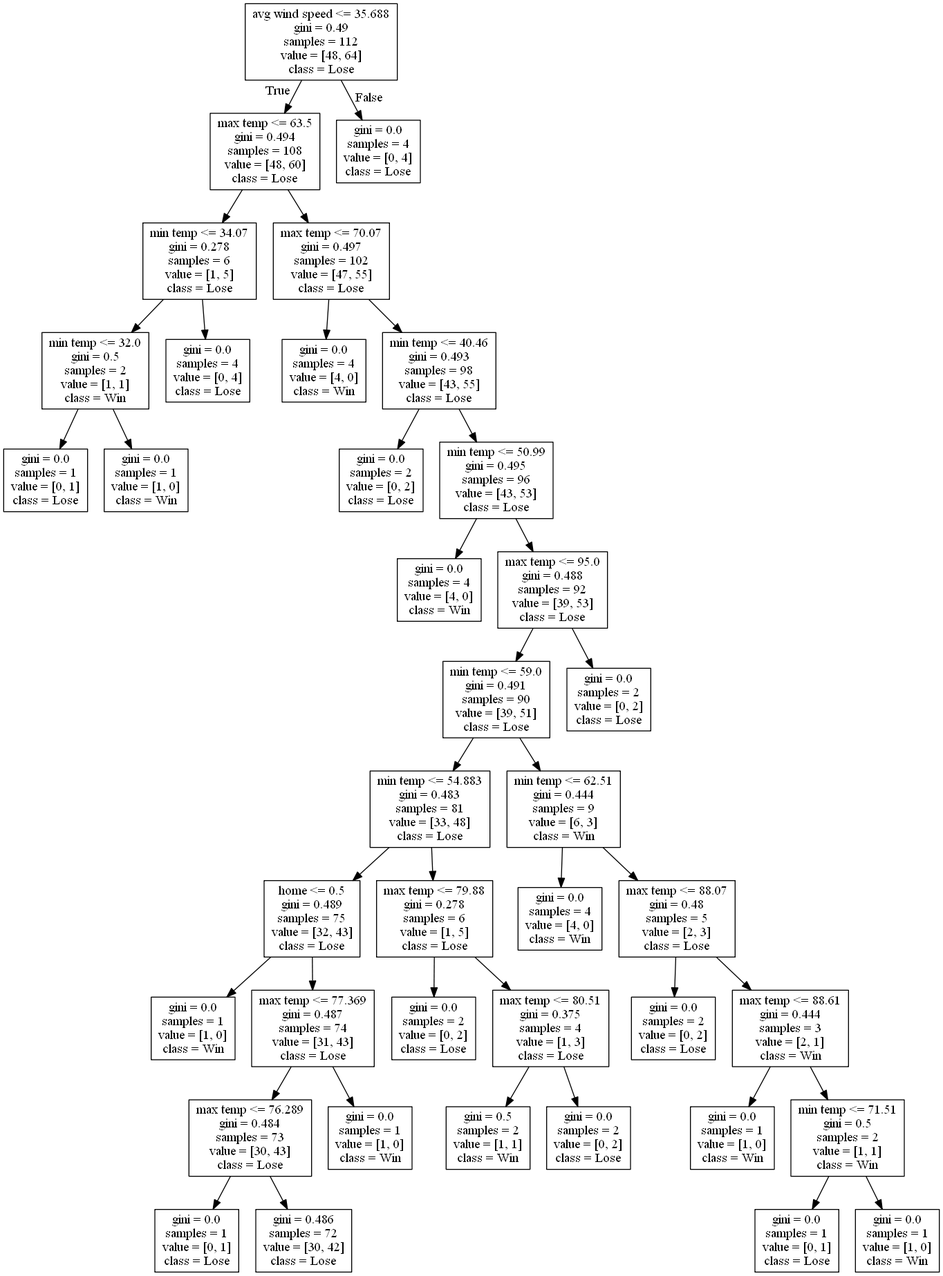
Above: DecisionTrees/decision_tree_no_score_or_attendance_test_6012.png in alexana-steck/CSE482Project (Graphviz), before the change. Its source is kept beside it as DecisionTrees/decision_tree_no_score_or_attendance_test_6012.dot. Source of this version:
```dot
digraph Tree {
node [shape=box] ;
0 [label="avg wind speed <= 35.688\ngini = 0.49\nsamples = 112\nvalue = [48, 64]\nclass = Lose"] ;
1 [label="max temp <= 63.5\ngini = 0.494\nsamples = 108\nvalue = [48, 60]\nclass = Lose"] ;
0 -> 1 [labeldistance=2.5, labelangle=45, headlabel="True"] ;
2 [label="min temp <= 34.07\ngini = 0.278\nsamples = 6\nvalue = [1, 5]\nclass = Lose"] ;
1 -> 2 ;
3 [label="min temp <= 32.0\ngini = 0.5\nsamples = 2\nvalue = [1, 1]\nclass = Win"] ;
2 -> 3 ;
4 [label="gini = 0.0\nsamples = 1\nvalue = [0, 1]\nclass = Lose"] ;
3 -> 4 ;
5 [label="gini = 0.0\nsamples = 1\nvalue = [1, 0]\nclass = Win"] ;
3 -> 5 ;
6 [label="gini = 0.0\nsamples = 4\nvalue = [0, 4]\nclass = Lose"] ;
2 -> 6 ;
7 [label="max temp <= 70.07\ngini = 0.497\nsamples = 102\nvalue = [47, 55]\nclass = Lose"] ;
1 -> 7 ;
8 [label="gini = 0.0\nsamples = 4\nvalue = [4, 0]\nclass = Win"] ;
7 -> 8 ;
9 [label="min temp <= 40.46\ngini = 0.493\nsamples = 98\nvalue = [43, 55]\nclass = Lose"] ;
7 -> 9 ;
10 [label="gini = 0.0\nsamples = 2\nvalue = [0, 2]\nclass = Lose"] ;
9 -> 10 ;
11 [label="min temp <= 50.99\ngini = 0.495\nsamples = 96\nvalue = [43, 53]\nclass = Lose"] ;
9 -> 11 ;
12 [label="gini = 0.0\nsamples = 4\nvalue = [4, 0]\nclass = Win"] ;
11 -> 12 ;
13 [label="max temp <= 95.0\ngini = 0.488\nsamples = 92\nvalue = [39, 53]\nclass = Lose"] ;
11 -> 13 ;
14 [label="min temp <= 59.0\ngini = 0.491\nsamples = 90\nvalue = [39, 51]\nclass = Lose"] ;
13 -> 14 ;
15 [label="min temp <= 54.883\ngini = 0.483\nsamples = 81\nvalue = [33, 48]\nclass = Lose"] ;
14 -> 15 ;
16 [label="home <= 0.5\ngini = 0.489\nsamples = 75\nvalue = [32, 43]\nclass = Lose"] ;
15 -> 16 ;
17 [label="gini = 0.0\nsamples = 1\nvalue = [1, 0]\nclass = Win"] ;
16 -> 17 ;
18 [label="max temp <= 77.369\ngini = 0.487\nsamples = 74\nvalue = [31, 43]\nclass = Lose"] ;
16 -> 18 ;
19 [label="max temp <= 76.289\ngini = 0.484\nsamples = 73\nvalue = [30, 43]\nclass = Lose"] ;
18 -> 19 ;
20 [label="gini = 0.0\nsamples = 1\nvalue = [0, 1]\nclass = Lose"] ;
19 -> 20 ;
21 [label="gini = 0.486\nsamples = 72\nvalue = [30, 42]\nclass = Lose"] ;
19 -> 21 ;
22 [label="gini = 0.0\nsamples = 1\nvalue = [1, 0]\nclass = Win"] ;
18 -> 22 ;
23 [label="max temp <= 79.88\ngini = 0.278\nsamples = 6\nvalue = [1, 5]\nclass = Lose"] ;
15 -> 23 ;
24 [label="gini = 0.0\nsamples = 2\nvalue = [0, 2]\nclass = Lose"] ;
23 -> 24 ;
25 [label="max temp <= 80.51\ngini = 0.375\nsamples = 4\nvalue = [1, 3]\nclass = Lose"] ;
23 -> 25 ;
26 [label="gini = 0.5\nsamples = 2\nvalue = [1, 1]\nclass = Win"] ;
25 -> 26 ;
27 [label="gini = 0.0\nsamples = 2\nvalue = [0, 2]\nclass = Lose"] ;
25 -> 27 ;
28 [label="min temp <= 62.51\ngini = 0.444\nsamples = 9\nvalue = [6, 3]\nclass = Win"] ;
14 -> 28 ;
29 [label="gini = 0.0\nsamples = 4\nvalue = [4, 0]\nclass = Win"] ;
28 -> 29 ;
30 [label="max temp <= 88.07\ngini = 0.48\nsamples = 5\nvalue = [2, 3]\nclass = Lose"] ;
28 -> 30 ;
31 [label="gini = 0.0\nsamples = 2\nvalue = [0, 2]\nclass = Lose"] ;
30 -> 31 ;
32 [label="max temp <= 88.61\ngini = 0.444\nsamples = 3\nvalue = [2, 1]\nclass = Win"] ;
30 -> 32 ;
33 [label="gini = 0.0\nsamples = 1\nvalue = [1, 0]\nclass = Win"] ;
32 -> 33 ;
34 [label="min temp <= 71.51\ngini = 0.5\nsamples = 2\nvalue = [1, 1]\nclass = Win"] ;
32 -> 34 ;
35 [label="gini = 0.0\nsamples = 1\nvalue = [0, 1]\nclass = Lose"] ;
34 -> 35 ;
36 [label="gini = 0.0\nsamples = 1\nvalue = [1, 0]\nclass = Win"] ;
34 -> 36 ;
37 [label="gini = 0.0\nsamples = 2\nvalue = [0, 2]\nclass = Lose"] ;
13 -> 37 ;
38 [label="gini = 0.0\nsamples = 4\nvalue = [0, 4]\nclass = Lose"] ;
0 -> 38 [labeldistance=2.5, labelangle=-45, headlabel="False"] ;
}
```
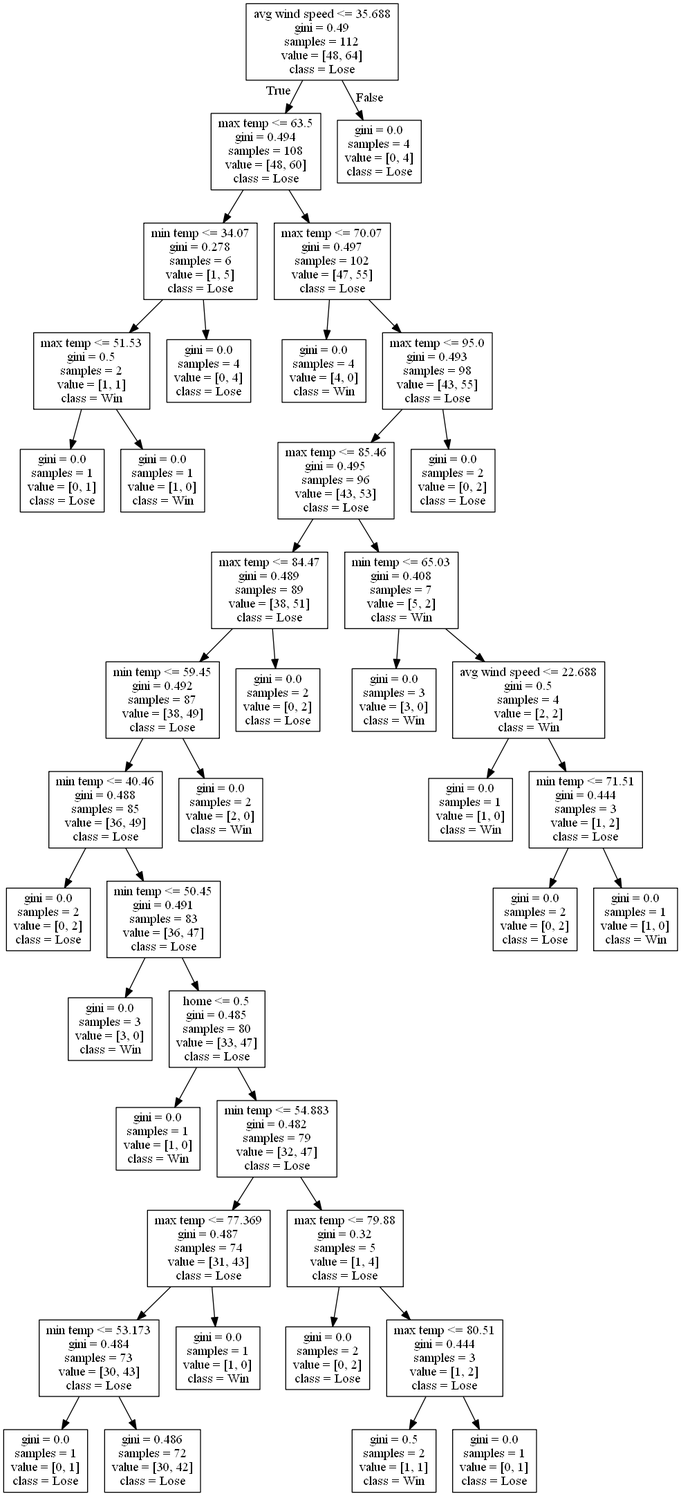
After the commit.

What changed in the source:
```diff
@@ -5,7 +5,7 @@
 0 -> 1 [labeldistance=2.5, labelangle=45, headlabel="True"] ;
 2 [label="min temp <= 34.07\ngini = 0.278\nsamples = 6\nvalue = [1, 5]\nclass = Lose"] ;
 1 -> 2 ;
-3 [label="min temp <= 32.0\ngini = 0.5\nsamples = 2\nvalue = [1, 1]\nclass = Win"] ;
+3 [label="max temp <= 51.53\ngini = 0.5\nsamples = 2\nvalue = [1, 1]\nclass = Win"] ;
 2 -> 3 ;
 4 [label="gini = 0.0\nsamples = 1\nvalue = [0, 1]\nclass = Lose"] ;
 3 -> 4 ;
@@ -17,64 +17,68 @@
 1 -> 7 ;
 8 [label="gini = 0.0\nsamples = 4\nvalue = [4, 0]\nclass = Win"] ;
 7 -> 8 ;
-9 [label="min temp <= 40.46\ngini = 0.493\nsamples = 98\nvalue = [43, 55]\nclass = Lose"] ;
+9 [label="max temp <= 95.0\ngini = 0.493\nsamples = 98\nvalue = [43, 55]\nclass = Lose"] ;
 7 -> 9 ;
-10 [label="gini = 0.0\nsamples = 2\nvalue = [0, 2]\nclass = Lose"] ;
+10 [label="max temp <= 85.46\ngini = 0.495\nsamples = 96\nvalue = [43, 53]\nclass = Lose"] ;
 9 -> 10 ;
-11 [label="min temp <= 50.99\ngini = 0.495\nsamples = 96\nvalue = [43, 53]\nclass = Lose"] ;
-9 -> 11 ;
-12 [label="gini = 0.0\nsamples = 4\nvalue = [4, 0]\nclass = Win"] ;
+11 [label="max temp <= 84.47\ngini = 0.489\nsamples = 89\nvalue = [38, 51]\nclass = Lose"] ;
+10 -> 11 ;
+12 [label="min temp <= 59.45\ngini = 0.492\nsamples = 87\nvalue = [38, 49]\nclass = Lose"] ;
 11 -> 12 ;
-13 [label="max temp <= 95.0\ngini = 0.488\nsamples = 92\nvalue = [39, 53]\nclass = Lose"] ;
-11 -> 13 ;
-14 [label="min temp <= 59.0\ngini = 0.491\nsamples = 90\nvalue = [39, 51]\nclass = Lose"] ;
+13 [label="min temp <= 40.46\ngini = 0.488\nsamples = 85\nvalue = [36, 49]\nclass = Lose"] ;
+12 -> 13 ;
+14 [label="gini = 0.0\nsamples = 2\nvalue = [0, 2]\nclass = Lose"] ;
 13 -> 14 ;
-15 [label="min temp <= 54.883\ngini = 0.483\nsamples = 81\nvalue = [33, 48]\nclass = Lose"] ;
-14 -> 15 ;
-16 [label="home <= 0.5\ngini = 0.489\nsamples = 75\nvalue = [32, 43]\nclass = Lose"] ;
+15 [label="min temp <= 50.45\ngini = 0.491\nsamples = 83\nvalue = [36, 47]\nclass = Lose"] ;
+13 -> 15 ;
+16 [label="gini = 0.0\nsamples = 3\nvalue = [3, 0]\nclass = Win"] ;
 15 -> 16 ;
-17 [label="gini = 0.0\nsamples = 1\nvalue = [1, 0]\nclass = Win"] ;
-16 -> 17 ;
-18 [label="max temp <= 77.369\ngini = 0.487\nsamples = 74\nvalue = [31, 43]\nclass = Lose"] ;
-16 -> 18 ;
-19 [label="max temp <= 76.289\ngini = 0.484\nsamples = 73\nvalue = [30, 43]\nclass = Lose"] ;
-18 -> 19 ;
-20 [label="gini = 0.0\nsamples = 1\nvalue = [0, 1]\nclass = Lose"] ;
+17 [label="home <= 0.5\ngini = 0.485\nsamples = 80\nvalue = [33, 47]\nclass = Lose"] ;
+15 -> 17 ;
+18 [label="gini = 0.0\nsamples = 1\nvalue = [1, 0]\nclass = Win"] ;
+17 -> 18 ;
+19 [label="min temp <= 54.883\ngini = 0.482\nsamples = 79\nvalue = [32, 47]\nclass = Lose"] ;
+17 -> 19 ;
+20 [label="max temp <= 77.369\ngini = 0.487\nsamples = 74\nvalue = [31, 43]\nclass = Lose"] ;
 19 -> 20 ;
-21 [label="gini = 0.486\nsamples = 72\nvalue = [30, 42]\nclass = Lose"] ;
-19 -> 21 ;
-22 [label="gini = 0.0\nsamples = 1\nvalue = [1, 0]\nclass = Win"] ;
-18 -> 22 ;
-23 [label="max temp <= 79.88\ngini = 0.278\nsamples = 6\nvalue = [1, 5]\nclass = Lose"] ;
-15 -> 23 ;
-24 [label="gini = 0.0\nsamples = 2\nvalue = [0, 2]\nclass = Lose"] ;
-23 -> 24 ;
-25 [label="max temp <= 80.51\ngini = 0.375\nsamples = 4\nvalue = [1, 3]\nclass = Lose"] ;
-23 -> 25 ;
-26 [label="gini = 0.5\nsamples = 2\nvalue = [1, 1]\nclass = Win"] ;
+21 [label="min temp <= 53.173\ngini = 0.484\nsamples = 73\nvalue = [30, 43]\nclass = Lose"] ;
+20 -> 21 ;
+22 [label="gini = 0.0\nsamples = 1\nvalue = [0, 1]\nclass = Lose"] ;
+21 -> 22 ;
+23 [label="gini = 0.486\nsamples = 72\nvalue = [30, 42]\nclass = Lose"] ;
+21 -> 23 ;
+24 [label="gini = 0.0\nsamples = 1\nvalue = [1, 0]\nclass = Win"] ;
+20 -> 24 ;
+25 [label="max temp <= 79.88\ngini = 0.32\nsamples = 5\nvalue = [1, 4]\nclass = Lose"] ;
+19 -> 25 ;
+26 [label="gini = 0.0\nsamples = 2\nvalue = [0, 2]\nclass = Lose"] ;
 25 -> 26 ;
-27 [label="gini = 0.0\nsamples = 2\nvalue = [0, 2]\nclass = Lose"] ;
+27 [label="max temp <= 80.51\ngini = 0.444\nsamples = 3\nvalue = [1, 2]\nclass = Lose"] ;
 25 -> 27 ;
-28 [label="min temp <= 62.51\ngini = 0.444\nsamples = 9\nvalue = [6, 3]\nclass = Win"] ;
-14 -> 28 ;
-29 [label="gini = 0.0\nsamples = 4\nvalue = [4, 0]\nclass = Win"] ;
-28 -> 29 ;
-30 [label="max temp <= 88.07\ngini = 0.48\nsamples = 5\nvalue = [2, 3]\nclass = Lose"] ;
-28 -> 30 ;
+28 [label="gini = 0.5\nsamples = 2\nvalue = [1, 1]\nclass = Win"] ;
+27 -> 28 ;
+29 [label="gini = 0.0\nsamples = 1\nvalue = [0, 1]\nclass = Lose"] ;
+27 -> 29 ;
+30 [label="gini = 0.0\nsamples = 2\nvalue = [2, 0]\nclass = Win"] ;
+12 -> 30 ;
 31 [label="gini = 0.0\nsamples = 2\nvalue = [0, 2]\nclass = Lose"] ;
-30 -> 31 ;
-32 [label="max temp <= 88.61\ngini = 0.444\nsamples = 3\nvalue = [2, 1]\nclass = Win"] ;
-30 -> 32 ;
-33 [label="gini = 0.0\nsamples = 1\nvalue = [1, 0]\nclass = Win"] ;
+11 -> 31 ;
+32 [label="min temp <= 65.03\ngini = 0.408\nsamples = 7\nvalue = [5, 2]\nclass = Win"] ;
+10 -> 32 ;
+33 [label="gini = 0.0\nsamples = 3\nvalue = [3, 0]\nclass = Win"] ;
 32 -> 33 ;
-34 [label="min temp <= 71.51\ngini = 0.5\nsamples = 2\nvalue = [1, 1]\nclass = Win"] ;
+34 [label="avg wind speed <= 22.688\ngini = 0.5\nsamples = 4\nvalue = [2, 2]\nclass = Win"] ;
 32 -> 34 ;
-35 [label="gini = 0.0\nsamples = 1\nvalue = [0, 1]\nclass = Lose"] ;
+35 [label="gini = 0.0\nsamples = 1\nvalue = [1, 0]\nclass = Win"] ;
 34 -> 35 ;
-36 [label="gini = 0.0\nsamples = 1\nvalue = [1, 0]\nclass = Win"] ;
+36 [label="min temp <= 71.51\ngini = 0.444\nsamples = 3\nvalue = [1, 2]\nclass = Lose"] ;
 34 -> 36 ;
 37 [label="gini = 0.0\nsamples = 2\nvalue = [0, 2]\nclass = Lose"] ;
-13 -> 37 ;
-38 [label="gini = 0.0\nsamples = 4\nvalue = [0, 4]\nclass = Lose"] ;
-0 -> 38 [labeldistance=2.5, labelangle=-45, headlabel="False"] ;
+36 -> 37 ;
+38 [label="gini = 0.0\nsamples = 1\nvalue = [1, 0]\nclass = Win"] ;
+36 -> 38 ;
+39 [label="gini = 0.0\nsamples = 2\nvalue = [0, 2]\nclass = Lose"] ;
+9 -> 39 ;
+40 [label="gini = 0.0\nsamples = 4\nvalue = [0, 4]\nclass = Lose"] ;
+0 -> 40 [labeldistance=2.5, labelangle=-45, headlabel="False"] ;
 }
```
